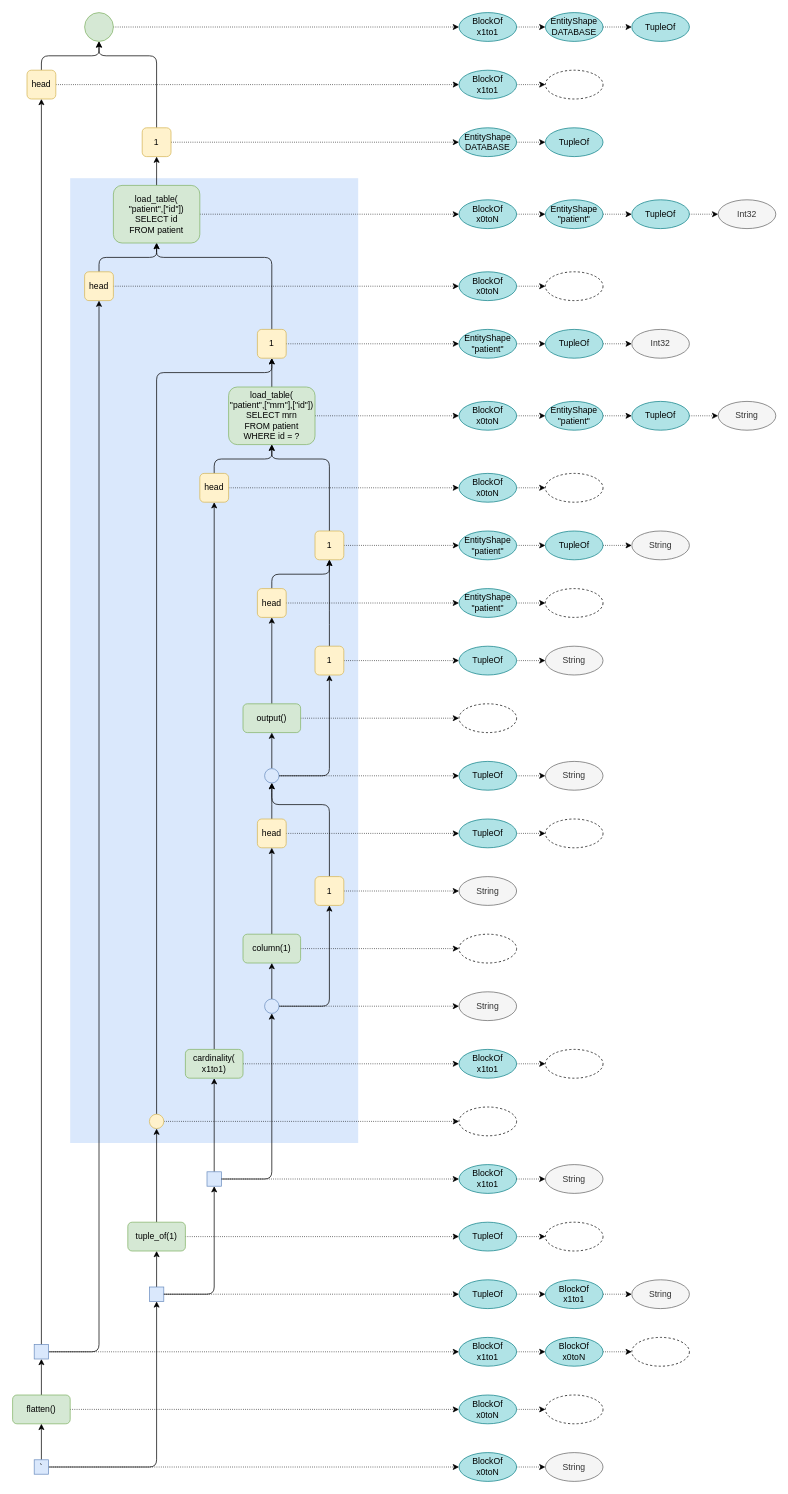
The draw.io diagram page "patient{mrn}" (3 of 5) of sql-tracing-2.drawio in rbt-lang/diagrams, before the edit. Source tidied: cells renumbered, new cells numbered last; positions are measured from the earlier drawing's top-left corner, leaving out a move shared by most shapes. Both pictures are drawn from the tidied source at 72%, with x=0, y=0 at pixel (12, 12).
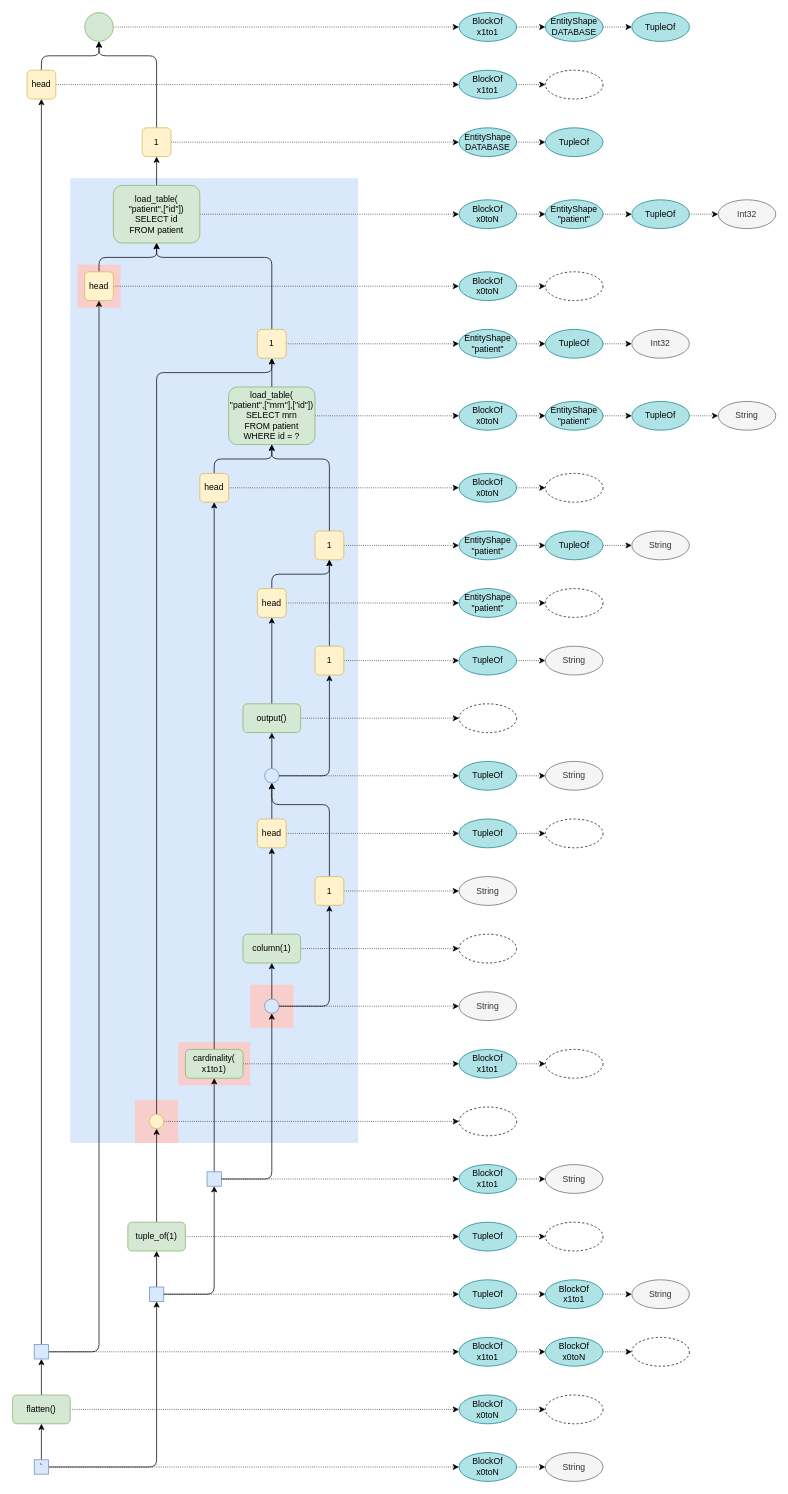
After the change.

Diff of the diagram source:
```diff
@@
+    <mxCell id="166" style="rounded=0;whiteSpace=wrap;html=1;fillColor=#f8cecc;strokeColor=none;" parent="1" vertex="1">
+      <mxGeometry x="90" y="350" width="60" height="60" as="geometry" />
+    </mxCell>
+    <mxCell id="167" style="rounded=0;whiteSpace=wrap;html=1;fillColor=#f8cecc;strokeColor=none;" parent="1" vertex="1">
+      <mxGeometry x="170" y="1510" width="60" height="60" as="geometry" />
+    </mxCell>
+    <mxCell id="168" style="rounded=0;whiteSpace=wrap;html=1;fillColor=#f8cecc;strokeColor=none;" parent="1" vertex="1">
+      <mxGeometry x="330" y="1350" width="60" height="60" as="geometry" />
+    </mxCell>
+    <mxCell id="169" style="rounded=0;whiteSpace=wrap;html=1;fillColor=#f8cecc;strokeColor=none;" parent="1" vertex="1">
+      <mxGeometry x="230" y="1430" width="100" height="60" as="geometry" />
+    </mxCell>
```
